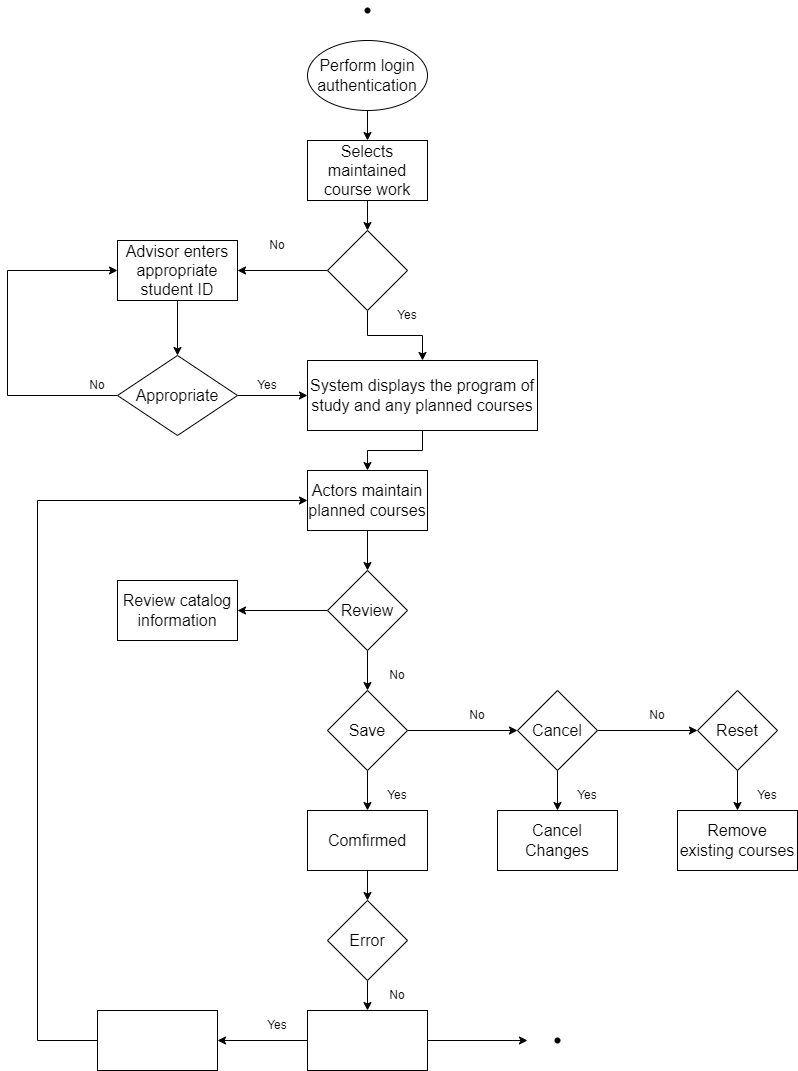
The draw.io diagram Chương 1.png in datnham0212/learning, before a commit. Source tidied: cells renumbered, new cells last; positions are measured from the earlier drawing's top-left corner, leaving out a move shared by most shapes.
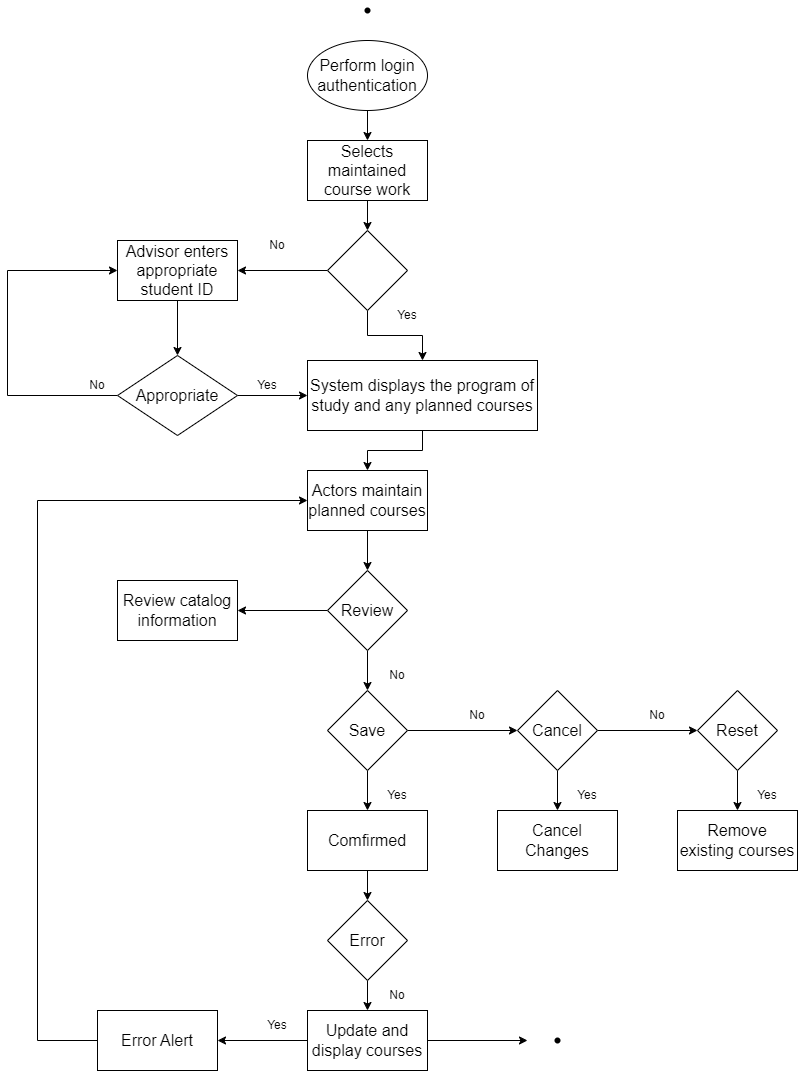
Later version of the same file.

The edit, as a diff of the source:
```diff
@@ -120,7 +120,7 @@
         <mxPoint x="520" y="1040" as="targetPoint" />
       </mxGeometry>
     </mxCell>
-    <mxCell id="39" style="rounded=0;whiteSpace=wrap;html=1;fontSize=16;" parent="1" vertex="1">
+    <mxCell id="39" value="Update and display courses" style="rounded=0;whiteSpace=wrap;html=1;fontSize=16;" parent="1" vertex="1">
       <mxGeometry x="300" y="1010" width="120" height="60" as="geometry" />
     </mxCell>
     <mxCell id="40" style="edgeStyle=orthogonalEdgeStyle;rounded=0;jettySize=auto;html=1;entryX=0;entryY=0.5;entryDx=0;entryDy=0;" parent="1" edge="1" source="41" target="18">
@@ -131,7 +131,7 @@
         </Array>
       </mxGeometry>
     </mxCell>
-    <mxCell id="41" style="rounded=0;whiteSpace=wrap;html=1;fontSize=16;" parent="1" vertex="1">
+    <mxCell id="41" value="Error Alert" style="rounded=0;whiteSpace=wrap;html=1;fontSize=16;" parent="1" vertex="1">
       <mxGeometry x="90" y="1010" width="120" height="60" as="geometry" />
     </mxCell>
     <mxCell id="42" style="shape=waypoint;sketch=0;fillStyle=solid;size=6;fillColor=none;perimeter=centerPerimeter;fontSize=16;" parent="1" vertex="1">
```
